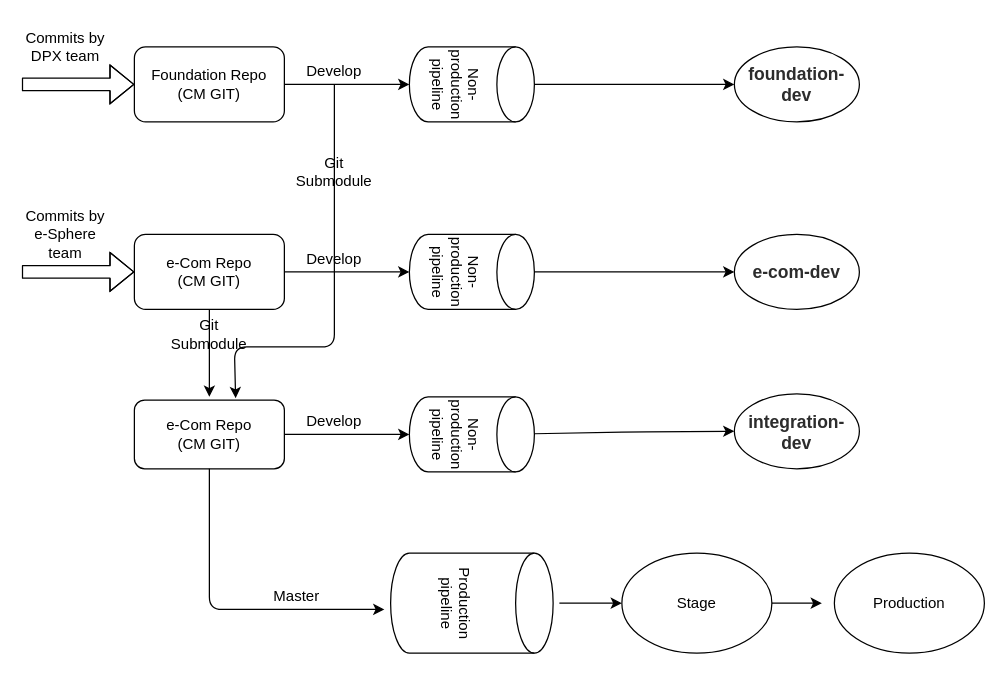
The draw.io diagram Untitled Diagram.drawio in saurabh-khare/event-driven-microservices, before the edit. Source tidied: cells renumbered, new cells numbered last; positions are measured from the earlier drawing's top-left corner, leaving out a move shared by most shapes. Both pictures are drawn from the tidied source at 125%, with x=0, y=0 at pixel (21, 21).
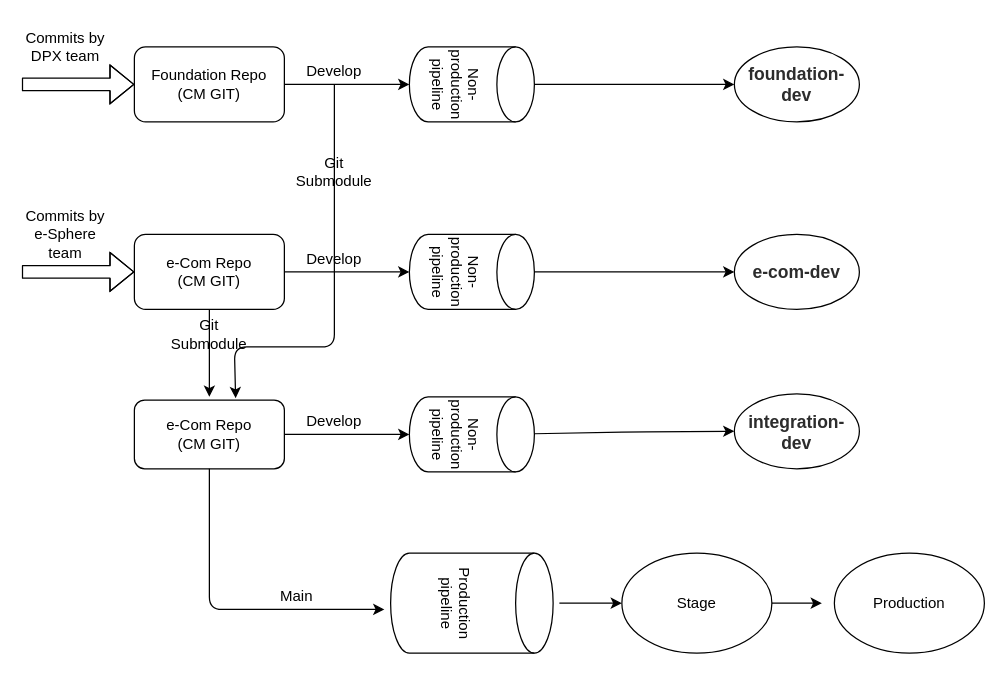
The same diagram, later.

What changed in the source:
```diff
@@
-    <mxCell id="34" value="Master" style="text;html=1;strokeColor=none;fillColor=none;align=center;verticalAlign=middle;whiteSpace=wrap;rounded=0;" parent="1" vertex="1">
+    <mxCell id="34" value="Main" style="text;html=1;strokeColor=none;fillColor=none;align=center;verticalAlign=middle;whiteSpace=wrap;rounded=0;" parent="1" vertex="1">
       <mxGeometry x="200" y="450" width="40" height="20" as="geometry" />
     </mxCell>
```
